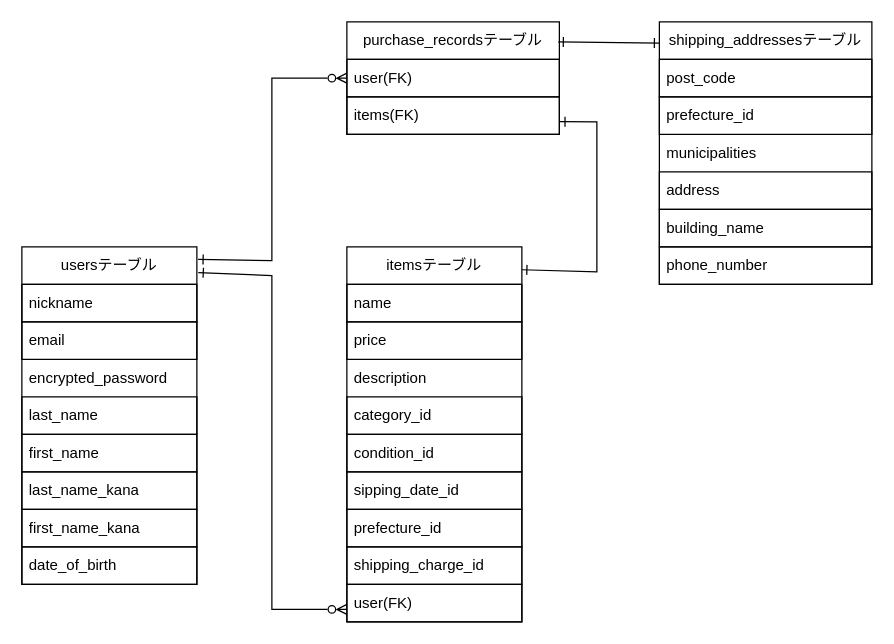
shota27shota/furima-39488 keeps this draw.io diagram as ER図.dio. Above is the earlier version. Source tidied: cells renumbered, new cells numbered last; positions are measured from the earlier drawing's top-left corner, leaving out a move shared by most shapes. Both pictures are drawn from the tidied source at 125%, with x=0, y=0 at pixel (21, 21).
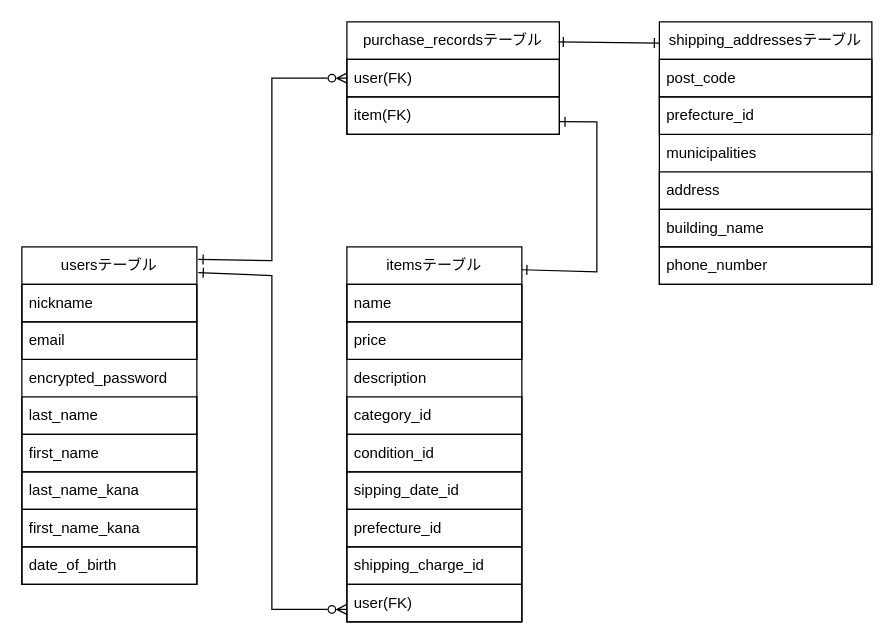
After the change.

Commit message:
DB設計記述修正３

Unchanged cells that the change refers to:
```xml
<mxCell id="21" value="purchase_recordsテーブル" style="swimlane;fontStyle=0;horizontal=1;startSize=30;whiteSpace=wrap;html=1;" parent="1" vertex="1">
  <mxGeometry x="260" width="170" height="90" as="geometry" />
</mxCell>
```

The edit, as a diff of the source:
```diff
@@
-    <mxCell id="23" value="items(FK)" style="text;strokeColor=default;fillColor=none;align=left;verticalAlign=middle;spacingLeft=4;spacingRight=4;overflow=hidden;points=[[0,0.5],[1,0.5]];portConstraint=eastwest;whiteSpace=wrap;html=1;" parent="21" vertex="1">
+    <mxCell id="23" value="item(FK)" style="text;strokeColor=default;fillColor=none;align=left;verticalAlign=middle;spacingLeft=4;spacingRight=4;overflow=hidden;points=[[0,0.5],[1,0.5]];portConstraint=eastwest;whiteSpace=wrap;html=1;" parent="21" vertex="1">
       <mxGeometry y="60" width="170" height="30" as="geometry" />
     </mxCell>
```
